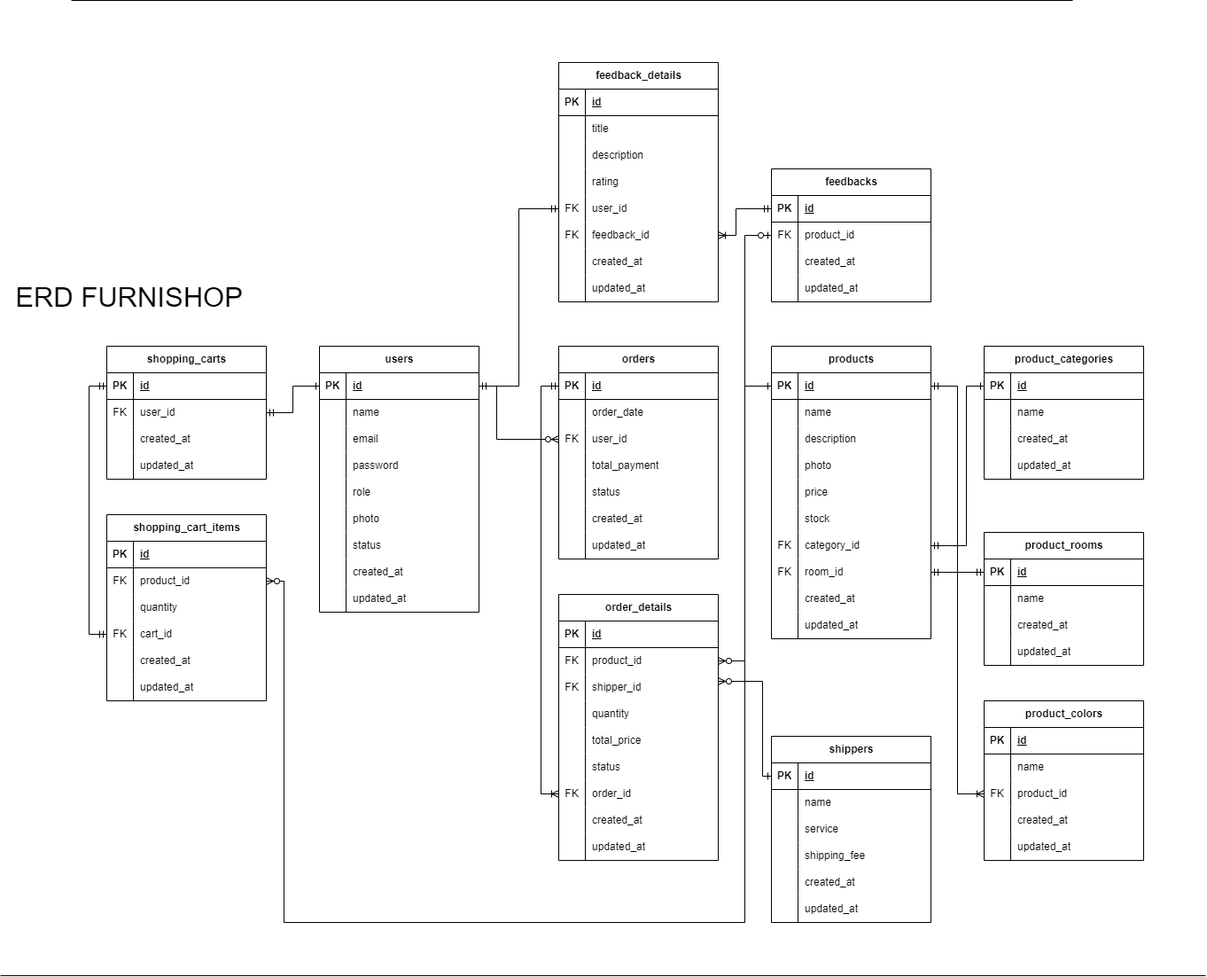
The draw.io diagram server/asset/Erd-Furnishop.png in ikhsanapriliano/furnishop, before a commit. Source tidied: cells renumbered, new cells last; positions are measured from the earlier drawing's top-left corner, leaving out a move shared by most shapes.
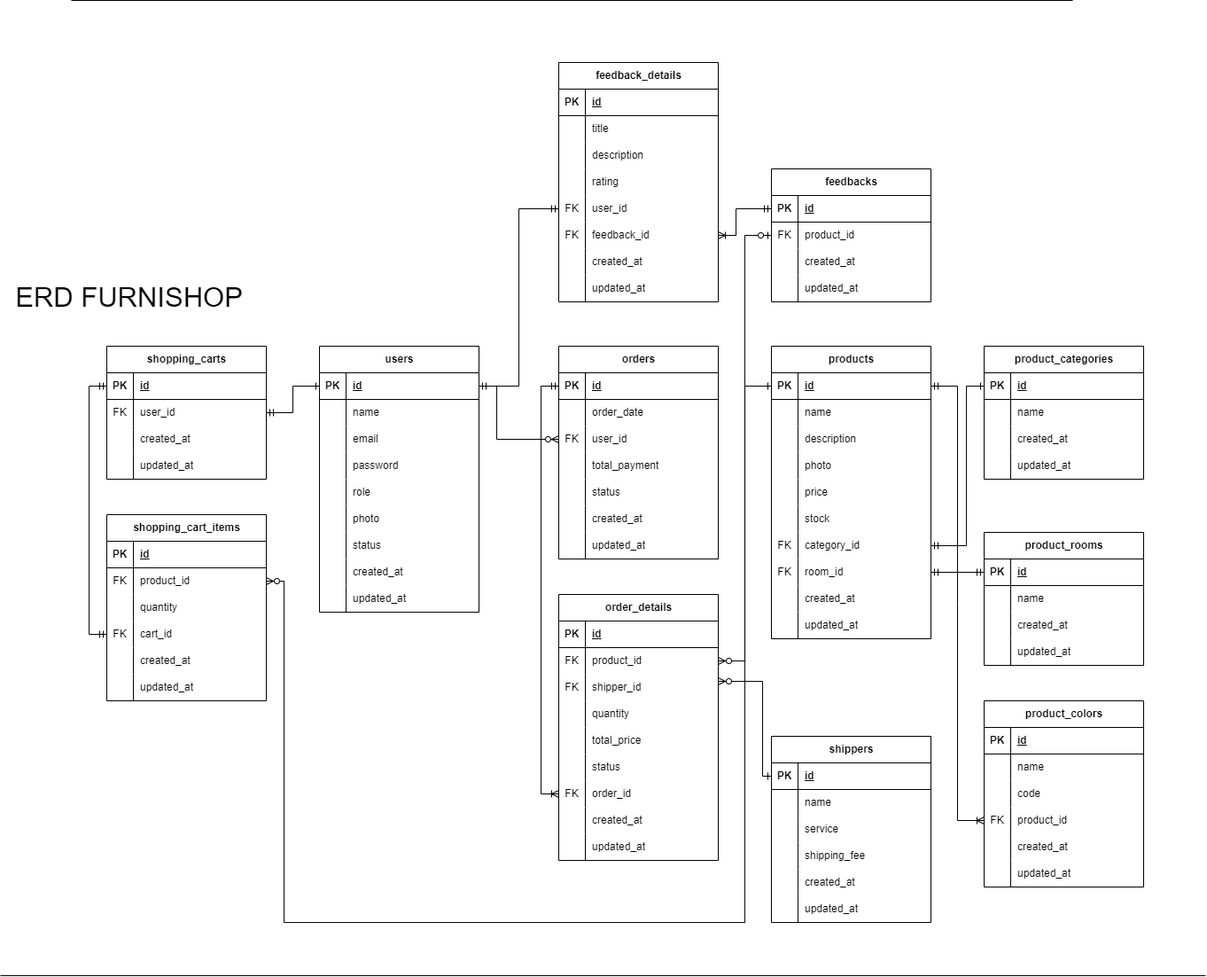
The same diagram one commit later.

Commit message:
[FIX] fix erd product colors table column

Change to the diagram source:
```diff
@@ -623,7 +623,7 @@
       </mxGeometry>
     </mxCell>
     <mxCell id="199" value="product_colors" style="shape=table;startSize=30;rowLines=0;fontStyle=1;align=center;html=1;" parent="1" vertex="1">
-      <mxGeometry x="1110" y="790" width="180" height="180" as="geometry" />
+      <mxGeometry x="1110" y="790" width="180" height="210" as="geometry" />
     </mxCell>
     <mxCell id="200" style="shape=tableRow;horizontal=0;startSize=0;swimlaneHead=0;swimlaneBody=0;fillColor=none;top=0;left=0;right=0;bottom=1;" parent="199" vertex="1">
       <mxGeometry y="30" width="180" height="30" as="geometry" />
@@ -643,8 +643,17 @@
     <mxCell id="205" value="name" style="shape=partialRectangle;fillColor=none;top=0;left=0;bottom=0;right=0;align=left;spacingLeft=6;overflow=hidden;whiteSpace=wrap;html=1;" parent="203" vertex="1">
       <mxGeometry x="30" width="150" height="30" as="geometry" />
     </mxCell>
+    <mxCell id="259" style="shape=tableRow;horizontal=0;startSize=0;swimlaneHead=0;swimlaneBody=0;fillColor=none;top=0;left=0;right=0;bottom=0;" parent="199" vertex="1">
+      <mxGeometry y="90" width="180" height="30" as="geometry" />
+    </mxCell>
+    <mxCell id="260" style="shape=partialRectangle;fillColor=none;top=0;left=0;bottom=0;right=0;overflow=hidden;whiteSpace=wrap;html=1;" parent="259" vertex="1">
+      <mxGeometry width="30" height="30" as="geometry" />
+    </mxCell>
+    <mxCell id="261" value="code" style="shape=partialRectangle;fillColor=none;top=0;left=0;bottom=0;right=0;align=left;spacingLeft=6;overflow=hidden;whiteSpace=wrap;html=1;" parent="259" vertex="1">
+      <mxGeometry x="30" width="150" height="30" as="geometry" />
+    </mxCell>
     <mxCell id="206" style="shape=tableRow;horizontal=0;startSize=0;swimlaneHead=0;swimlaneBody=0;fillColor=none;points=[[0,0.5],[1,0.5]];portConstraint=eastwest;top=0;left=0;right=0;bottom=0;" parent="199" vertex="1">
-      <mxGeometry y="90" width="180" height="30" as="geometry" />
+      <mxGeometry y="120" width="180" height="30" as="geometry" />
     </mxCell>
     <mxCell id="207" value="FK" style="shape=partialRectangle;fillColor=none;top=0;left=0;bottom=0;right=0;overflow=hidden;whiteSpace=wrap;html=1;" parent="206" vertex="1">
       <mxGeometry width="30" height="30" as="geometry" />
@@ -653,7 +662,7 @@
       <mxGeometry x="30" width="150" height="30" as="geometry" />
     </mxCell>
     <mxCell id="209" style="shape=tableRow;horizontal=0;startSize=0;swimlaneHead=0;swimlaneBody=0;fillColor=none;top=0;left=0;right=0;bottom=0;" parent="199" vertex="1">
-      <mxGeometry y="120" width="180" height="30" as="geometry" />
+      <mxGeometry y="150" width="180" height="30" as="geometry" />
     </mxCell>
     <mxCell id="210" style="shape=partialRectangle;fillColor=none;top=0;left=0;bottom=0;right=0;overflow=hidden;whiteSpace=wrap;html=1;" parent="209" vertex="1">
       <mxGeometry width="30" height="30" as="geometry" />
@@ -662,7 +671,7 @@
       <mxGeometry x="30" width="150" height="30" as="geometry" />
     </mxCell>
     <mxCell id="212" style="shape=tableRow;horizontal=0;startSize=0;swimlaneHead=0;swimlaneBody=0;fillColor=none;top=0;left=0;right=0;bottom=0;" parent="199" vertex="1">
-      <mxGeometry y="150" width="180" height="30" as="geometry" />
+      <mxGeometry y="180" width="180" height="30" as="geometry" />
     </mxCell>
     <mxCell id="213" style="shape=partialRectangle;fillColor=none;top=0;left=0;bottom=0;right=0;overflow=hidden;whiteSpace=wrap;html=1;" parent="212" vertex="1">
       <mxGeometry width="30" height="30" as="geometry" />
```
